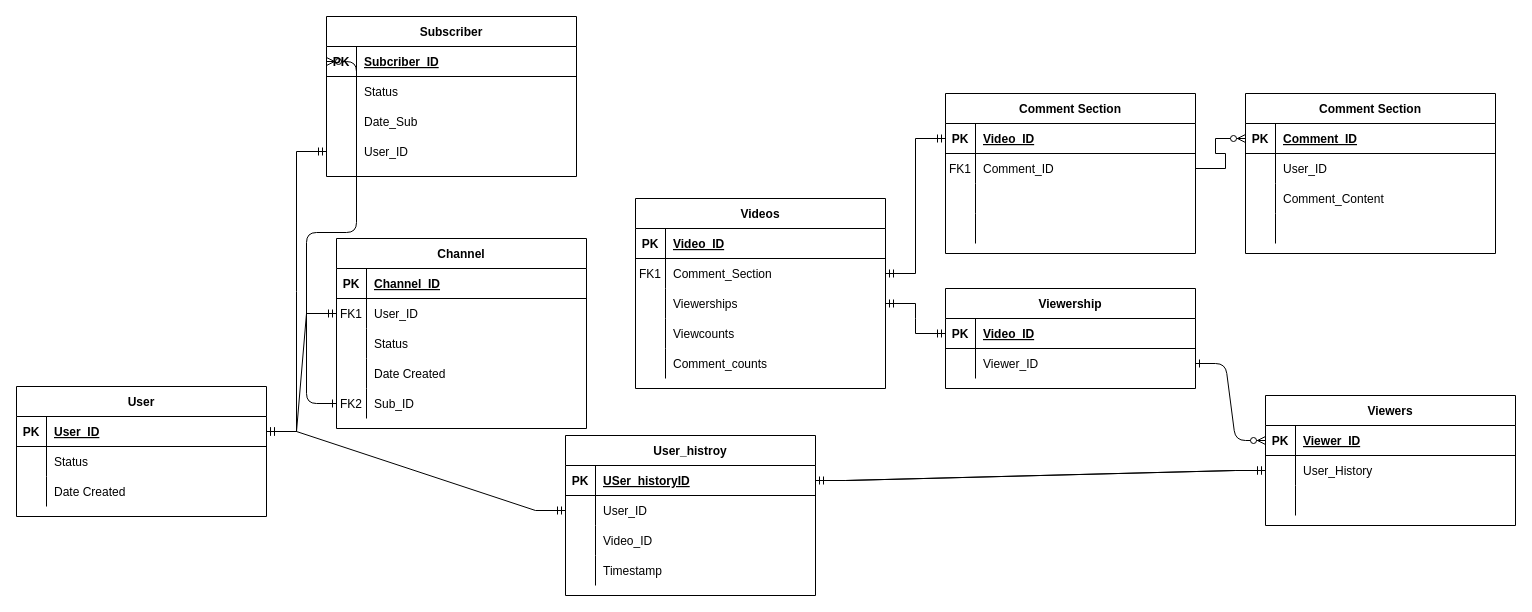
Earlier version of the draw.io diagram youtube.drawio (AmirAini/BackEndDay1). Source tidied: cells renumbered, new cells numbered last; positions are measured from the earlier drawing's top-left corner, leaving out a move shared by most shapes. Both pictures are drawn from the tidied source at 100%, with x=0, y=0 at pixel (16, 16).
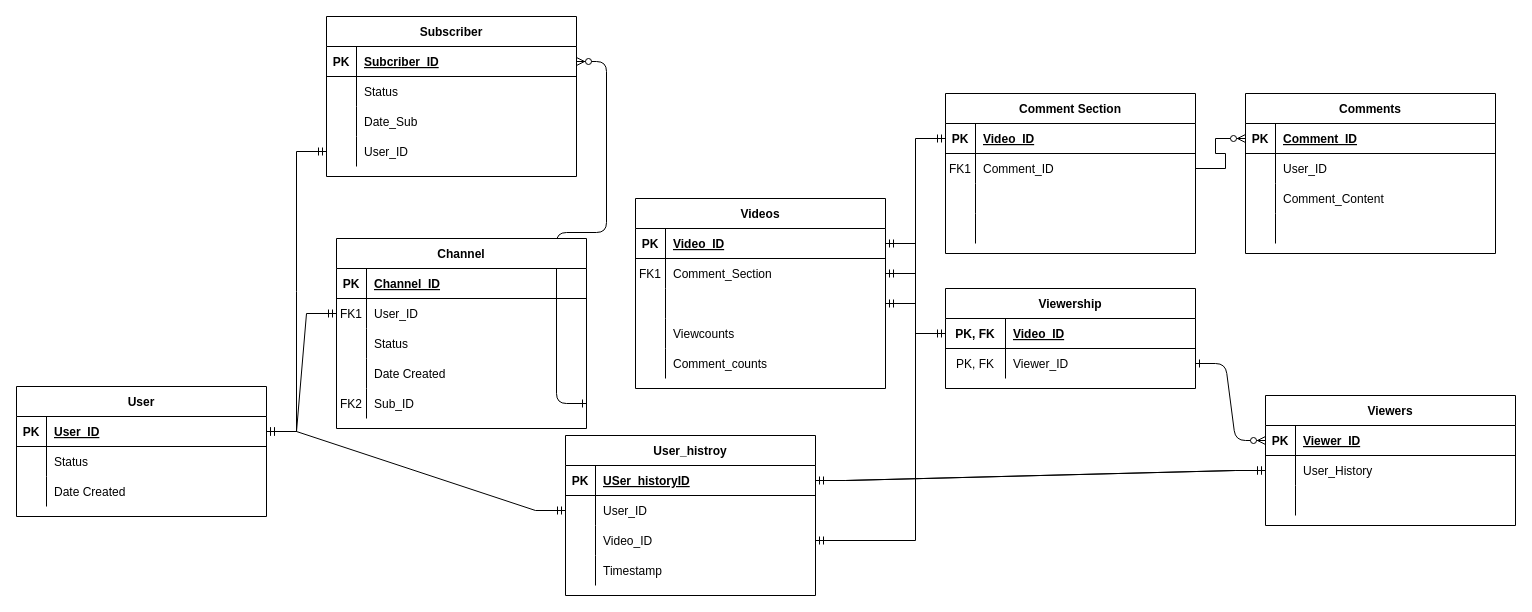
Above is the later version.

The change refers to these unchanged cells:
```xml
<mxCell id="16" style="shape=partialRectangle;fillColor=none;points=[[0,0.5],[1,0.5]];portConstraint=eastwest;top=0;left=0;right=0;bottom=0;" parent="3" vertex="1">
  <mxGeometry y="150" width="250" height="30" as="geometry" />
</mxCell>
<mxCell id="20" style="shape=partialRectangle;fillColor=none;points=[[0,0.5],[1,0.5]];portConstraint=eastwest;top=0;left=0;right=0;bottom=1;" parent="19" vertex="1">
  <mxGeometry y="30" width="250" height="30" as="geometry" />
</mxCell>
<mxCell id="26" style="shape=partialRectangle;fillColor=none;points=[[0,0.5],[1,0.5]];portConstraint=eastwest;top=0;left=0;right=0;bottom=0;" parent="19" vertex="1">
  <mxGeometry y="90" width="250" height="30" as="geometry" />
</mxCell>
<mxCell id="46" style="shape=partialRectangle;fillColor=none;points=[[0,0.5],[1,0.5]];portConstraint=eastwest;top=0;left=0;right=0;bottom=1;" parent="45" vertex="1">
  <mxGeometry y="30" width="250" height="30" as="geometry" />
</mxCell>
<mxCell id="59" style="shape=partialRectangle;fillColor=none;points=[[0,0.5],[1,0.5]];portConstraint=eastwest;top=0;left=0;right=0;bottom=1;" parent="58" vertex="1">
  <mxGeometry y="30" width="250" height="30" as="geometry" />
</mxCell>
<mxCell id="62" style="shape=partialRectangle;fillColor=none;points=[[0,0.5],[1,0.5]];portConstraint=eastwest;top=0;left=0;right=0;bottom=0;" parent="58" vertex="1">
  <mxGeometry y="60" width="250" height="30" as="geometry" />
</mxCell>
<mxCell id="114" style="shape=partialRectangle;fillColor=none;points=[[0,0.5],[1,0.5]];portConstraint=eastwest;top=0;left=0;right=0;bottom=0;" parent="107" vertex="1">
  <mxGeometry y="90" width="250" height="30" as="geometry" />
</mxCell>
```

What changed in the source:
```diff
@@
-    <mxCell id="2" style="edgeStyle=entityRelationEdgeStyle;endArrow=ERzeroToMany;startArrow=ERone;endFill=1;startFill=0;entryX=0;entryY=0.5;entryDx=0;entryDy=0;exitX=0;exitY=0.5;exitDx=0;exitDy=0;" parent="1" edge="1" source="16" target="46">
+    <mxCell id="2" style="edgeStyle=entityRelationEdgeStyle;endArrow=ERzeroToMany;startArrow=ERone;endFill=1;startFill=0;exitX=1;exitY=0.5;exitDx=0;exitDy=0;" parent="1" edge="1" source="16" target="46">
       <mxGeometry relative="1" as="geometry" />
     </mxCell>
@@
-    <mxCell id="28" value="Viewerships" style="shape=partialRectangle;overflow=hidden;fillColor=none;top=0;left=0;bottom=0;right=0;align=left;spacingLeft=6;" parent="26" vertex="1">
+    <mxCell id="28" style="shape=partialRectangle;overflow=hidden;fillColor=none;top=0;left=0;bottom=0;right=0;align=left;spacingLeft=6;" parent="26" vertex="1">
       <mxGeometry x="30" width="220" height="30" as="geometry" />
     </mxCell>
@@
-    <mxCell id="60" value="PK" style="shape=partialRectangle;overflow=hidden;fillColor=none;top=0;left=0;bottom=0;right=0;fontStyle=1;" parent="59" vertex="1">
-      <mxGeometry width="30" height="30" as="geometry" />
+    <mxCell id="60" value="PK, FK" style="shape=partialRectangle;overflow=hidden;fillColor=none;top=0;left=0;bottom=0;right=0;fontStyle=1;" parent="59" vertex="1">
+      <mxGeometry width="60" height="30" as="geometry" />
     </mxCell>
     <mxCell id="61" value="Video_ID" style="shape=partialRectangle;overflow=hidden;fillColor=none;top=0;left=0;bottom=0;right=0;align=left;spacingLeft=6;fontStyle=5;" parent="59" vertex="1">
-      <mxGeometry x="30" width="220" height="30" as="geometry" />
+      <mxGeometry x="60" width="190" height="30" as="geometry" />
     </mxCell>
@@
-    <mxCell id="63" style="shape=partialRectangle;overflow=hidden;fillColor=none;top=0;left=0;bottom=0;right=0;" parent="62" vertex="1">
-      <mxGeometry width="30" height="30" as="geometry" />
+    <mxCell id="63" value="PK, FK" style="shape=partialRectangle;overflow=hidden;fillColor=none;top=0;left=0;bottom=0;right=0;" parent="62" vertex="1">
+      <mxGeometry width="60" height="30" as="geometry" />
     </mxCell>
     <mxCell id="64" value="Viewer_ID" style="shape=partialRectangle;overflow=hidden;fillColor=none;top=0;left=0;bottom=0;right=0;align=left;spacingLeft=6;" parent="62" vertex="1">
-      <mxGeometry x="30" width="220" height="30" as="geometry" />
+      <mxGeometry x="60" width="190" height="30" as="geometry" />
     </mxCell>
@@
-    <mxCell id="80" value="Comment Section" style="shape=table;startSize=30;childLayout=tableLayout;rowLines=0;fontStyle=1;align=center;" parent="1" vertex="1">
+    <mxCell id="80" value="Comments" style="shape=table;startSize=30;childLayout=tableLayout;rowLines=0;fontStyle=1;align=center;" parent="1" vertex="1">
       <mxGeometry x="1229" y="77" width="250" height="160" as="geometry" />
     </mxCell>
@@
+    <mxCell id="123" style="edgeStyle=entityRelationEdgeStyle;fontSize=12;html=1;endArrow=ERmandOne;startArrow=ERmandOne;rounded=0;" parent="1" edge="1" source="114" target="20">
+      <mxGeometry relative="1" as="geometry" />
+    </mxCell>
```
